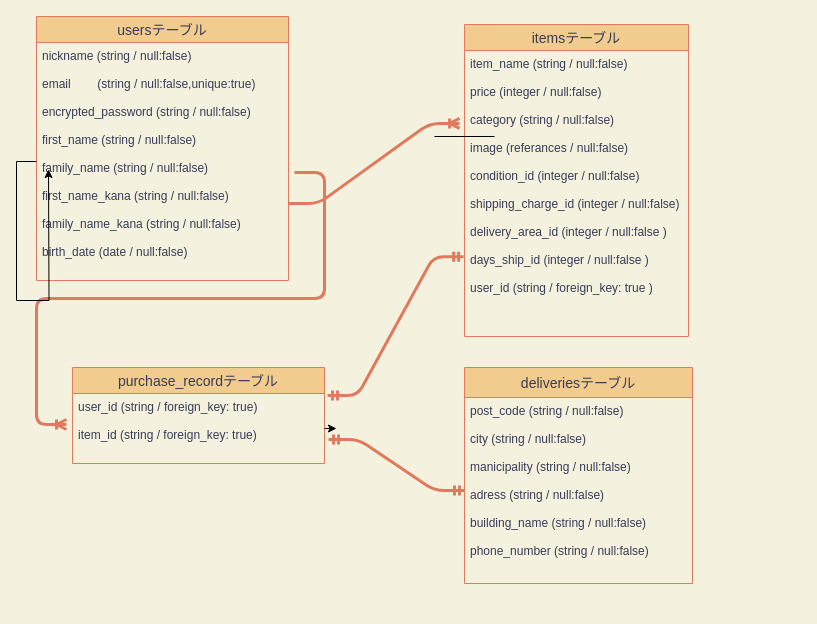
Above: test.dio in kikuchi890519/furima-35249 (draw.io), before the change. Source tidied: cells renumbered, new cells numbered last; positions are measured from the earlier drawing's top-left corner, leaving out a move shared by most shapes. Both pictures are drawn from the tidied source at 100%, with x=0, y=0 at pixel (36, 16).
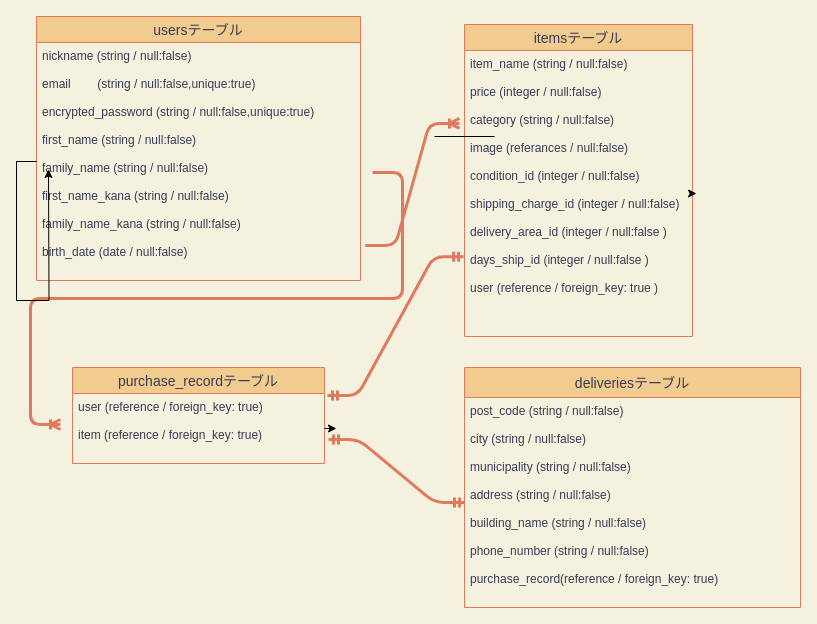
The same diagram, later.

Commit message (it also covers changes not shown here):
データベース設計修正

The change refers to these unchanged cells:
```xml
<mxCell id="2" value="purchase_recordテーブル" style="swimlane;fontStyle=0;horizontal=1;startSize=26;align=center;fontSize=14;fillColor=#F2CC8F;strokeColor=#E07A5F;fontColor=#393C56;" parent="1" vertex="1">
  <mxGeometry x="36" y="351" width="252" height="96" as="geometry" />
</mxCell>
```

Diff of the diagram source:
```diff
@@
-    <mxCell id="3" value="user_id (string / foreign_key: true)&#10;&#10;item_id (string / foreign_key: true)" style="text;strokeColor=none;fillColor=none;spacingLeft=4;spacingRight=4;overflow=hidden;points=[[0,0.5],[1,0.5]];portConstraint=eastwest;fontSize=12;fontColor=#393C56;" parent="2" vertex="1">
+    <mxCell id="3" value="user (reference / foreign_key: true)&#10;&#10;item (reference / foreign_key: true)" style="text;strokeColor=none;fillColor=none;spacingLeft=4;spacingRight=4;overflow=hidden;points=[[0,0.5],[1,0.5]];portConstraint=eastwest;fontSize=12;fontColor=#393C56;" parent="2" vertex="1">
       <mxGeometry y="26" width="252" height="70" as="geometry" />
     </mxCell>
     <mxCell id="4" value="deliveriesテーブル" style="swimlane;fontStyle=0;horizontal=1;startSize=30;align=center;fontSize=14;fillColor=#F2CC8F;strokeColor=#E07A5F;fontColor=#393C56;" parent="1" vertex="1">
-      <mxGeometry x="428" y="351" width="228" height="216" as="geometry" />
+      <mxGeometry x="428" y="351" width="336" height="240" as="geometry" />
     </mxCell>
-    <mxCell id="5" value="post_code (string / null:false)&#10;&#10;city (string / null:false)&#10;&#10;manicipality (string / null:false)&#10;&#10;adress (string / null:false)&#10;&#10;building_name (string / null:false)&#10;&#10;phone_number (string / null:false)&#10;" style="text;strokeColor=none;fillColor=none;spacingLeft=4;spacingRight=4;overflow=hidden;points=[[0,0.5],[1,0.5]];portConstraint=eastwest;fontSize=12;fontColor=#393C56;" parent="4" vertex="1">
-      <mxGeometry y="30" width="228" height="186" as="geometry" />
+    <mxCell id="5" value="post_code (string / null:false)&#10;&#10;city (string / null:false)&#10;&#10;municipality (string / null:false)&#10;&#10;address (string / null:false)&#10;&#10;building_name (string / null:false)&#10;&#10;phone_number (string / null:false)&#10;&#10;purchase_record(reference / foreign_key: true)" style="text;strokeColor=none;fillColor=none;spacingLeft=4;spacingRight=4;overflow=hidden;points=[[0,0.5],[1,0.5]];portConstraint=eastwest;fontSize=12;fontColor=#393C56;" parent="4" vertex="1">
+      <mxGeometry y="30" width="336" height="210" as="geometry" />
     </mxCell>
     <mxCell id="6" value="itemsテーブル" style="swimlane;fontStyle=0;horizontal=1;startSize=26;align=center;fontSize=14;fillColor=#F2CC8F;strokeColor=#E07A5F;fontColor=#393C56;" parent="1" vertex="1">
-      <mxGeometry x="428" y="8" width="224" height="312" as="geometry" />
+      <mxGeometry x="428" y="8" width="228" height="312" as="geometry" />
     </mxCell>
@@
-    <mxCell id="8" value="item_name (string / null:false)&#10;&#10;price (integer / null:false)&#10;&#10;category (string / null:false)&#10;&#10;image (referances / null:false)&#10;&#10;condition_id (integer / null:false)&#10;&#10;shipping_charge_id (integer / null:false)&#10;&#10;delivery_area_id (integer / null:false )&#10;&#10;days_ship_id (integer / null:false )&#10;&#10;user_id (string / foreign_key: true )" style="text;strokeColor=none;fillColor=none;spacingLeft=4;spacingRight=4;overflow=hidden;points=[[0,0.5],[1,0.5]];portConstraint=eastwest;fontSize=12;fontColor=#393C56;" parent="6" vertex="1">
-      <mxGeometry y="26" width="224" height="286" as="geometry" />
+    <mxCell id="8" value="item_name (string / null:false)&#10;&#10;price (integer / null:false)&#10;&#10;category (string / null:false)&#10;&#10;image (referances / null:false)&#10;&#10;condition_id (integer / null:false)&#10;&#10;shipping_charge_id (integer / null:false)&#10;&#10;delivery_area_id (integer / null:false )&#10;&#10;days_ship_id (integer / null:false )&#10;&#10;user (reference / foreign_key: true )" style="text;strokeColor=none;fillColor=none;spacingLeft=4;spacingRight=4;overflow=hidden;points=[[0,0.5],[1,0.5]];portConstraint=eastwest;fontSize=12;fontColor=#393C56;" parent="6" vertex="1">
+      <mxGeometry y="26" width="228" height="286" as="geometry" />
     </mxCell>
     <mxCell id="9" value="usersテーブル" style="swimlane;fontStyle=0;horizontal=1;startSize=26;align=center;fontSize=14;fillColor=#F2CC8F;strokeColor=#E07A5F;fontColor=#393C56;" parent="1" vertex="1">
-      <mxGeometry width="252" height="264" as="geometry" />
+      <mxGeometry width="324" height="264" as="geometry" />
     </mxCell>
-    <mxCell id="10" value="nickname (string / null:false)&#10;&#10;email        (string / null:false,unique:true)&#10;&#10;encrypted_password (string / null:false)&#10;&#10;first_name (string / null:false)&#10;&#10;family_name (string / null:false)&#10;&#10;first_name_kana (string / null:false)&#10;&#10;family_name_kana (string / null:false)&#10;&#10;birth_date (date / null:false)&#10;&#10;" style="text;strokeColor=none;fillColor=none;spacingLeft=4;spacingRight=4;overflow=hidden;points=[[0,0.5],[1,0.5]];portConstraint=eastwest;fontSize=12;fontColor=#393C56;" parent="9" vertex="1">
-      <mxGeometry y="26" width="252" height="238" as="geometry" />
+    <mxCell id="10" value="nickname (string / null:false)&#10;&#10;email        (string / null:false,unique:true)&#10;&#10;encrypted_password (string / null:false,unique:true)&#10;&#10;first_name (string / null:false)&#10;&#10;family_name (string / null:false)&#10;&#10;first_name_kana (string / null:false)&#10;&#10;family_name_kana (string / null:false)&#10;&#10;birth_date (date / null:false)&#10;&#10;" style="text;strokeColor=none;fillColor=none;spacingLeft=4;spacingRight=4;overflow=hidden;points=[[0,0.5],[1,0.5]];portConstraint=eastwest;fontSize=12;fontColor=#393C56;" parent="9" vertex="1">
+      <mxGeometry y="26" width="324" height="238" as="geometry" />
     </mxCell>
@@
-    <mxCell id="13" style="edgeStyle=entityRelationEdgeStyle;fontSize=12;html=1;endArrow=ERoneToMany;strokeColor=#E07A5F;strokeWidth=3;fillColor=#F2CC8F;entryX=-0.022;entryY=0.255;entryDx=0;entryDy=0;entryPerimeter=0;" parent="1" edge="1" target="8">
-      <mxGeometry relative="1" as="geometry">
-        <mxPoint x="252" y="187" as="sourcePoint" />
-      </mxGeometry>
+    <mxCell id="13" style="edgeStyle=entityRelationEdgeStyle;fontSize=12;html=1;endArrow=ERoneToMany;strokeColor=#E07A5F;strokeWidth=3;fillColor=#F2CC8F;entryX=-0.022;entryY=0.255;entryDx=0;entryDy=0;entryPerimeter=0;exitX=1.015;exitY=0.853;exitDx=0;exitDy=0;exitPerimeter=0;" parent="1" edge="1" source="10" target="8">
+      <mxGeometry relative="1" as="geometry" />
     </mxCell>
@@
     <mxCell id="15" style="edgeStyle=entityRelationEdgeStyle;fontSize=12;html=1;endArrow=ERoneToMany;strokeColor=#E07A5F;strokeWidth=3;fillColor=#F2CC8F;" parent="1" edge="1">
       <mxGeometry relative="1" as="geometry">
-        <mxPoint x="258" y="156" as="sourcePoint" />
-        <mxPoint x="30" y="408" as="targetPoint" />
+        <mxPoint x="336" y="156" as="sourcePoint" />
+        <mxPoint x="24" y="408" as="targetPoint" />
       </mxGeometry>
     </mxCell>
@@
+    <mxCell id="18" style="edgeStyle=orthogonalEdgeStyle;rounded=0;jettySize=auto;html=1;exitX=1;exitY=0.5;exitDx=0;exitDy=0;" parent="1" edge="1" source="8">
+      <mxGeometry relative="1" as="geometry">
+        <mxPoint x="660" y="177" as="targetPoint" />
+      </mxGeometry>
+    </mxCell>
```
